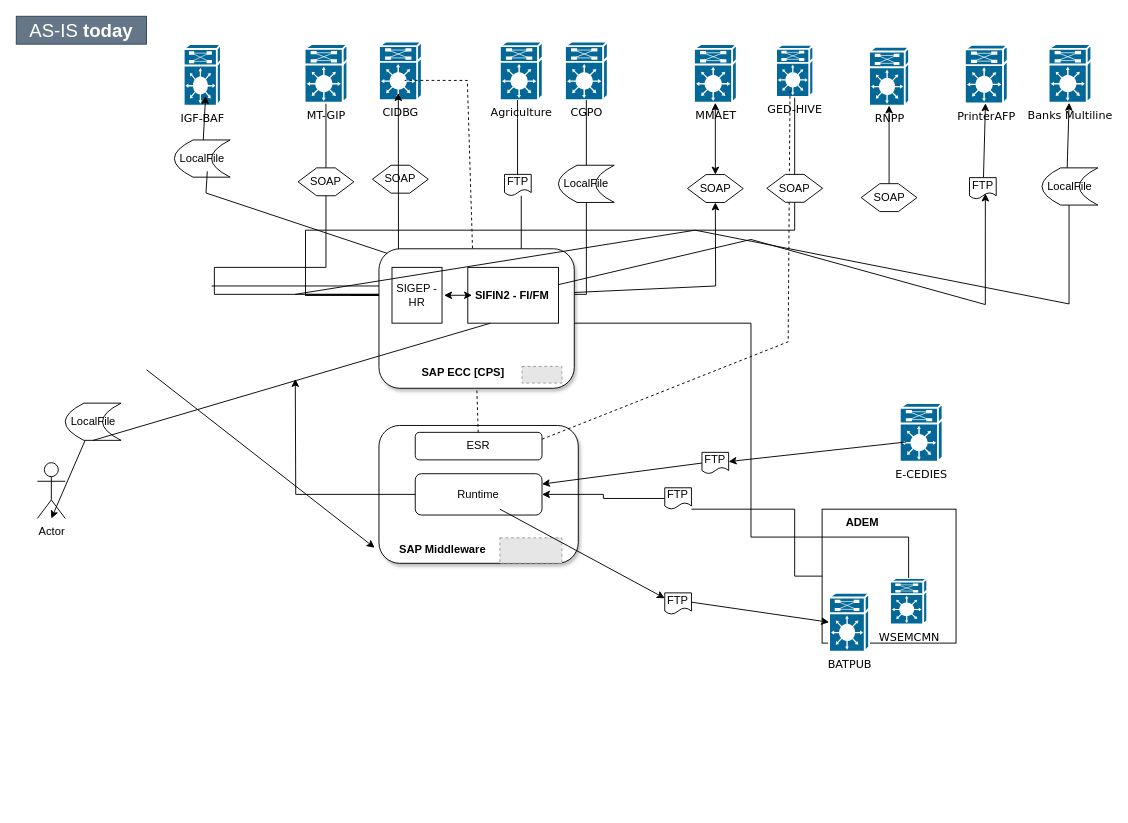
Before: page "AsIs-Today" (1 of 2) of my_diagram.drawio in efelman/my_diagrams, a draw.io diagram. Source tidied: cells renumbered, new cells numbered last; positions are measured from the earlier drawing's top-left corner, leaving out a move shared by most shapes. Both pictures are drawn from the tidied source at 93%, with x=0, y=0 at pixel (16, 16). Pictures stored in the file or linked from it are replaced by grey dashed boxes.
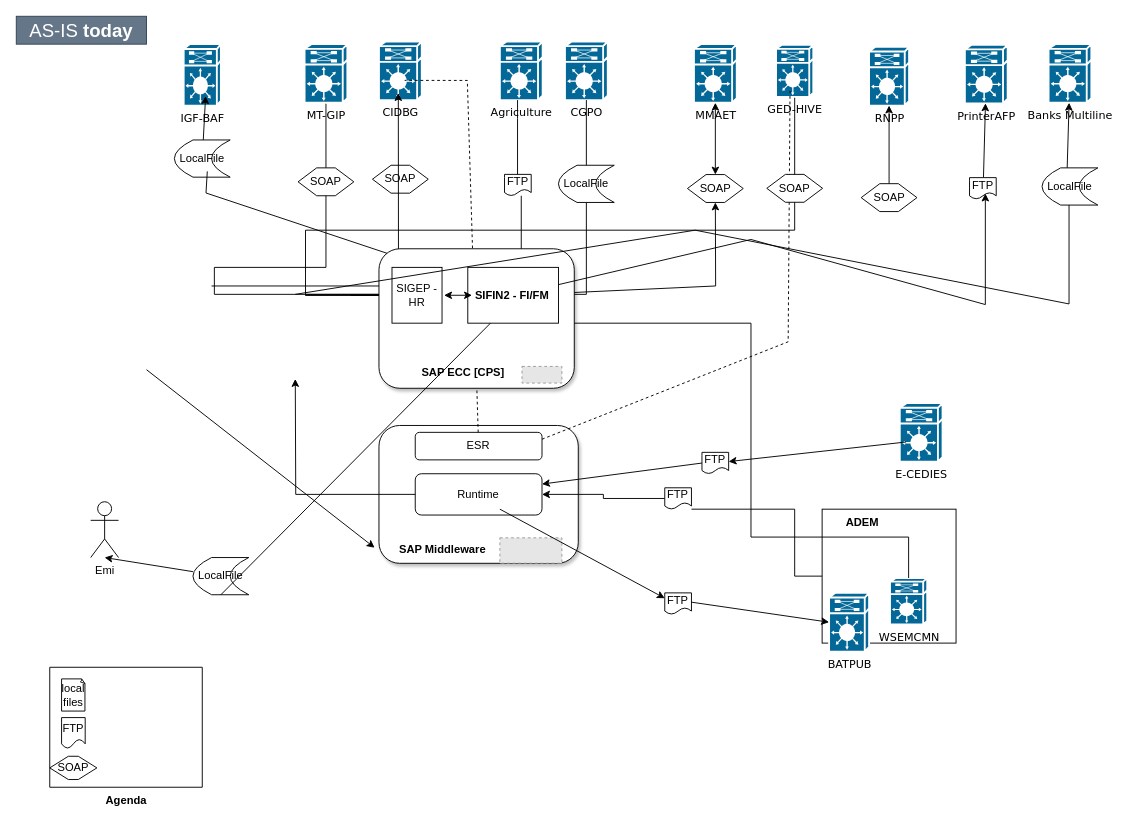
The same page after the edit.

What changed in the source:
```diff
@@
-    <mxCell id="62" value="Actor" style="shape=umlActor;verticalLabelPosition=bottom;verticalAlign=top;html=1;outlineConnect=0;" parent="1" vertex="1">
-      <mxGeometry x="22.7" y="480" width="30" height="60" as="geometry" />
+    <mxCell id="62" value="Emi" style="shape=umlActor;verticalLabelPosition=bottom;verticalAlign=top;html=1;outlineConnect=0;" parent="1" vertex="1">
+      <mxGeometry x="80" y="522" width="30" height="60" as="geometry" />
     </mxCell>
     <mxCell id="63" value="LocalFile" style="shape=dataStorage;whiteSpace=wrap;html=1;fixedSize=1;" parent="1" vertex="1">
-      <mxGeometry x="52.7" y="416" width="60" height="40" as="geometry" />
+      <mxGeometry x="190" y="582" width="60" height="40" as="geometry" />
     </mxCell>
@@
+    <mxCell id="78" style="group;" parent="1" vertex="1">
+      <mxGeometry x="36" y="700" width="164" height="129" as="geometry" />
+    </mxCell>
+    <mxCell id="79" value="&lt;b&gt;Agenda&lt;/b&gt;" style="verticalLabelPosition=bottom;verticalAlign=top;html=1;shape=mxgraph.basic.rect;fillColor2=none;strokeWidth=1;size=20;indent=5;" parent="78" vertex="1">
+      <mxGeometry width="164" height="129" as="geometry" />
+    </mxCell>
+    <mxCell id="80" value="local files" style="whiteSpace=wrap;html=1;shape=mxgraph.basic.document;" parent="78" vertex="1">
+      <mxGeometry x="12.7" y="12.5" width="25.4" height="34.6" as="geometry" />
+    </mxCell>
+    <mxCell id="81" value="FTP" style="shape=document;whiteSpace=wrap;html=1;boundedLbl=1;" parent="78" vertex="1">
+      <mxGeometry x="12.7" y="54.1" width="25.4" height="33.2" as="geometry" />
+    </mxCell>
+    <mxCell id="82" value="SOAP" style="shape=hexagon;perimeter=hexagonPerimeter2;whiteSpace=wrap;html=1;fixedSize=1;" parent="78" vertex="1">
+      <mxGeometry y="95.7" width="50.7" height="25" as="geometry" />
+    </mxCell>
```
